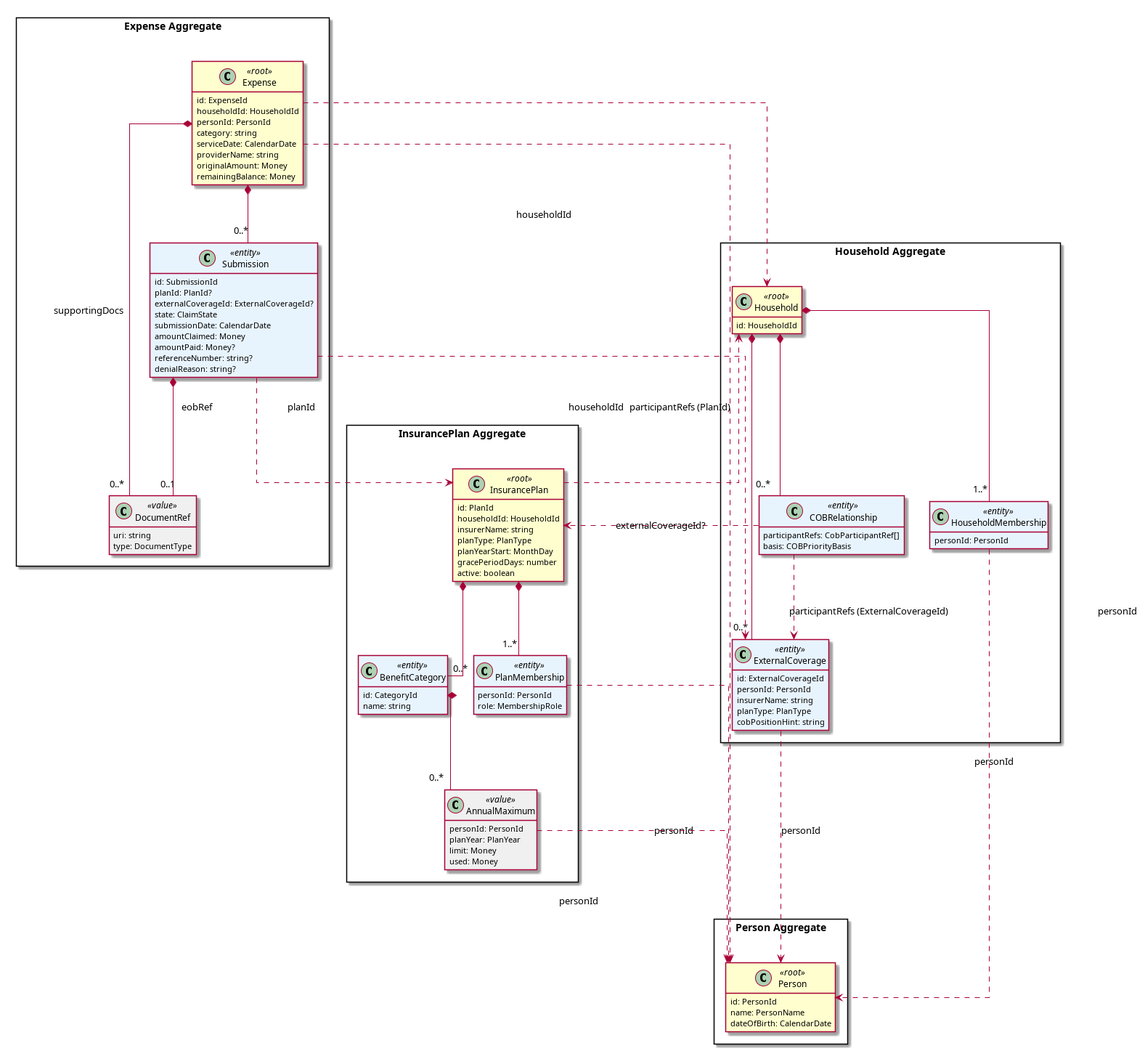
Before: docs/02-solution/diagrams/aggregate-map.png, a diagram exported from PlantUML (hallb/coordinate).
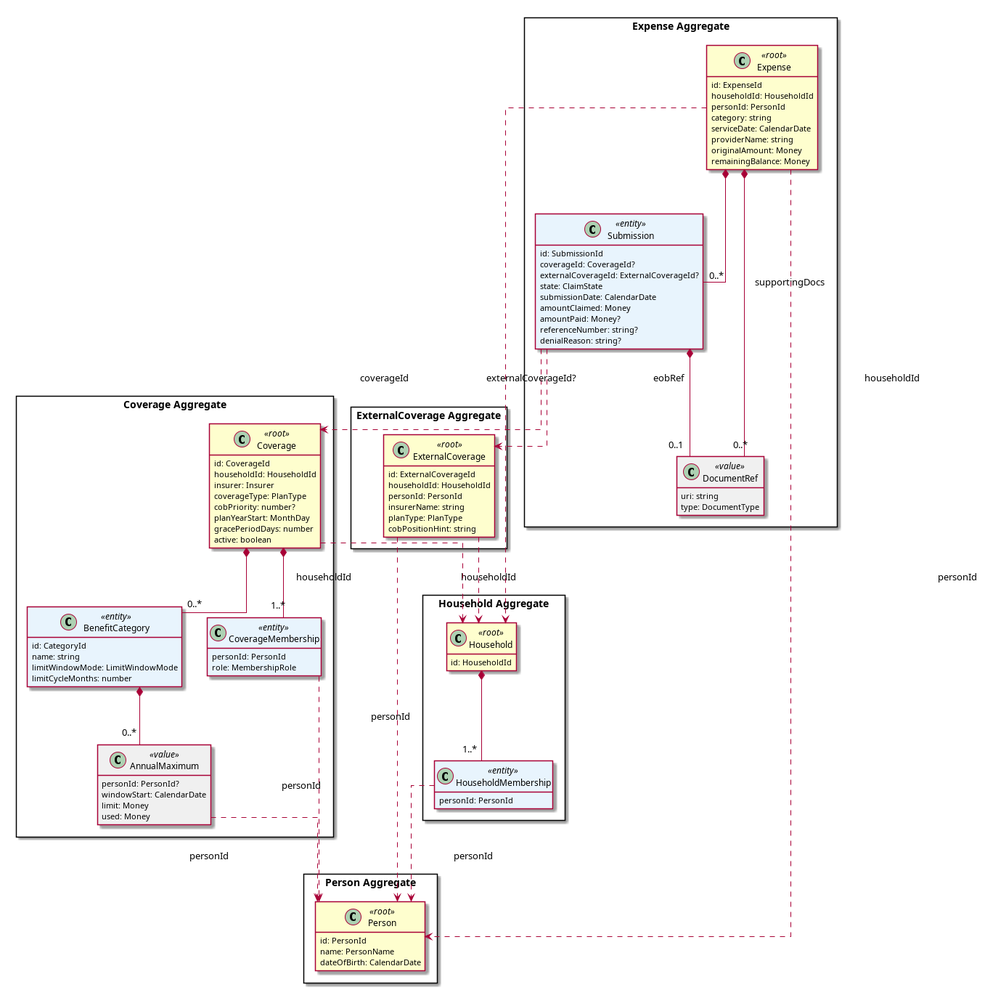
Above is the later version.

Diff of the diagram source:
```diff
@@ -23,48 +23,49 @@
     class HouseholdMembership <<entity>> {
         personId: PersonId
     }
-    class ExternalCoverage <<entity>> {
+    Household *-- "1..*" HouseholdMembership
+}
+
+package "ExternalCoverage Aggregate" as ECA {
+    class ExternalCoverage <<root>> {
         id: ExternalCoverageId
+        householdId: HouseholdId
         personId: PersonId
         insurerName: string
         planType: PlanType
         cobPositionHint: string
     }
-    class COBRelationship <<entity>> {
-        participantRefs: CobParticipantRef[]
-        basis: COBPriorityBasis
-    }
-    Household *-- "1..*" HouseholdMembership
-    Household *-- "0..*" ExternalCoverage
-    Household *-- "0..*" COBRelationship
 }
 
-package "InsurancePlan Aggregate" as IPA {
-    class InsurancePlan <<root>> {
-        id: PlanId
+package "Coverage Aggregate" as CA {
+    class Coverage <<root>> {
+        id: CoverageId
         householdId: HouseholdId
-        insurerName: string
-        planType: PlanType
+        insurer: Insurer
+        coverageType: PlanType
+        cobPriority: number?
         planYearStart: MonthDay
         gracePeriodDays: number
         active: boolean
     }
-    class PlanMembership <<entity>> {
+    class CoverageMembership <<entity>> {
         personId: PersonId
         role: MembershipRole
     }
     class BenefitCategory <<entity>> {
         id: CategoryId
         name: string
+        limitWindowMode: LimitWindowMode
+        limitCycleMonths: number
     }
     class AnnualMaximum <<value>> {
-        personId: PersonId
-        planYear: PlanYear
+        personId: PersonId?
+        windowStart: CalendarDate
         limit: Money
         used: Money
     }
-    InsurancePlan *-- "1..*" PlanMembership
-    InsurancePlan *-- "0..*" BenefitCategory
+    Coverage *-- "1..*" CoverageMembership
+    Coverage *-- "0..*" BenefitCategory
     BenefitCategory *-- "0..*" AnnualMaximum
 }
 
@@ -81,7 +82,7 @@
     }
     class Submission <<entity>> {
         id: SubmissionId
-        planId: PlanId?
+        coverageId: CoverageId?
         externalCoverageId: ExternalCoverageId?
         state: ClaimState
         submissionDate: CalendarDate
@@ -100,15 +101,14 @@
 }
 
 HouseholdMembership ..> Person : personId
-PlanMembership ..> Person : personId
+CoverageMembership ..> Person : personId
 AnnualMaximum ..> Person : personId
 Expense ..> Person : personId
-COBRelationship ..> InsurancePlan : "participantRefs (PlanId)"
-COBRelationship ..> ExternalCoverage : "participantRefs (ExternalCoverageId)"
 ExternalCoverage ..> Person : personId
-InsurancePlan ..> Household : householdId
+ExternalCoverage ..> Household : householdId
+Coverage ..> Household : householdId
 Expense ..> Household : householdId
-Submission ..> InsurancePlan : planId
+Submission ..> Coverage : coverageId
 Submission ..> ExternalCoverage : externalCoverageId?
 
 @enduml
```
